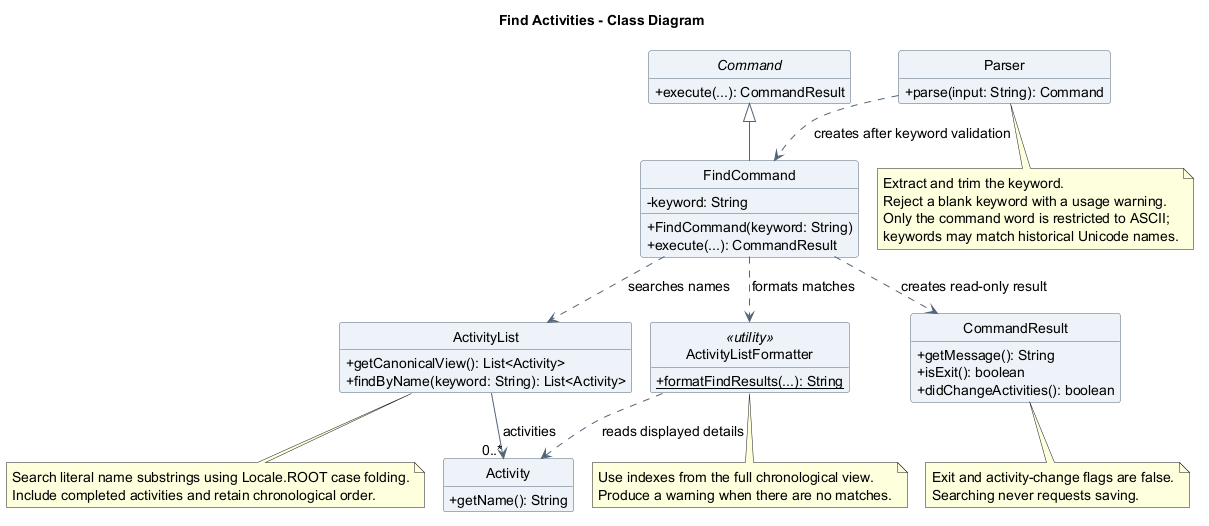
Earlier version of the PlantUML export docs/images/oliver/class/FindActivityClassDiagram.png (AY2627S1-CS2113-T10-4/tp).
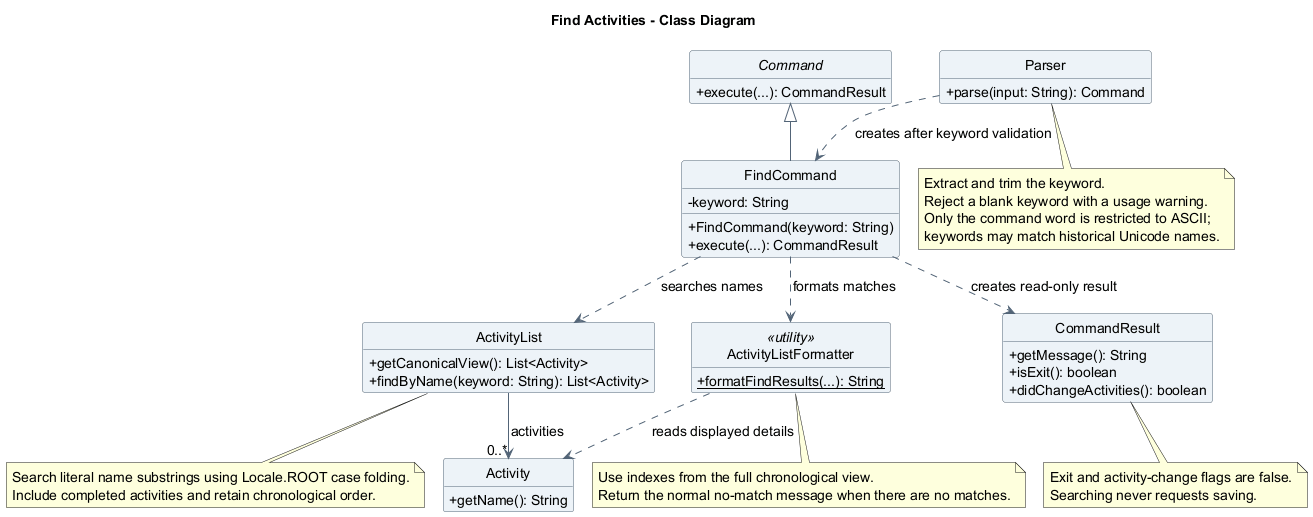
The same file after the commit.

Diff of the diagram source:
```diff
@@ -59,7 +59,7 @@
 end note
 note bottom of ActivityListFormatter
   Use indexes from the full chronological view.
-  Produce a warning when there are no matches.
+  Return the normal no-match message when there are no matches.
 end note
 note bottom of CommandResult
   Exit and activity-change flags are false.
```
